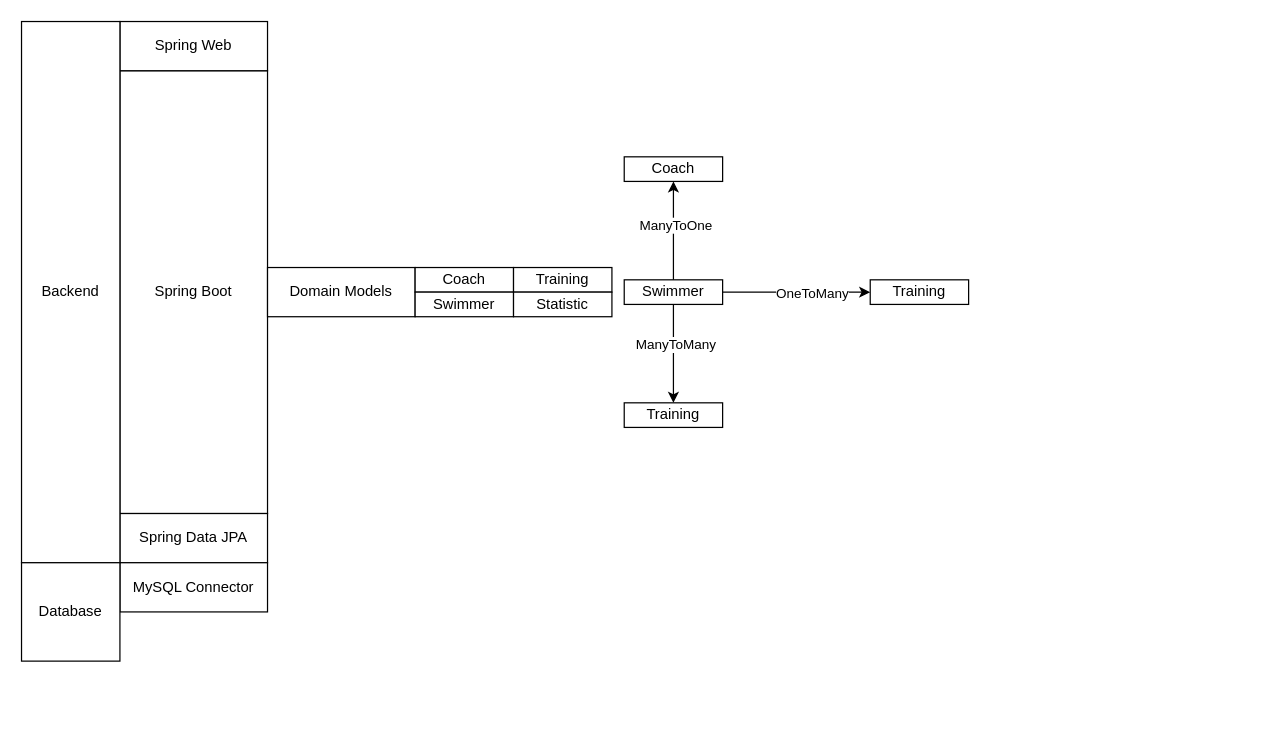
Earlier version of the draw.io diagram page "Backend" (1 of 3) of spring-boot-and-angular-project.drawio (Kur0liszek/nauka). Source tidied: cells renumbered, new cells numbered last; positions are measured from the earlier drawing's top-left corner, leaving out a move shared by most shapes. Both pictures are drawn from the tidied source at 123%, with x=0, y=0 at pixel (21, 21).
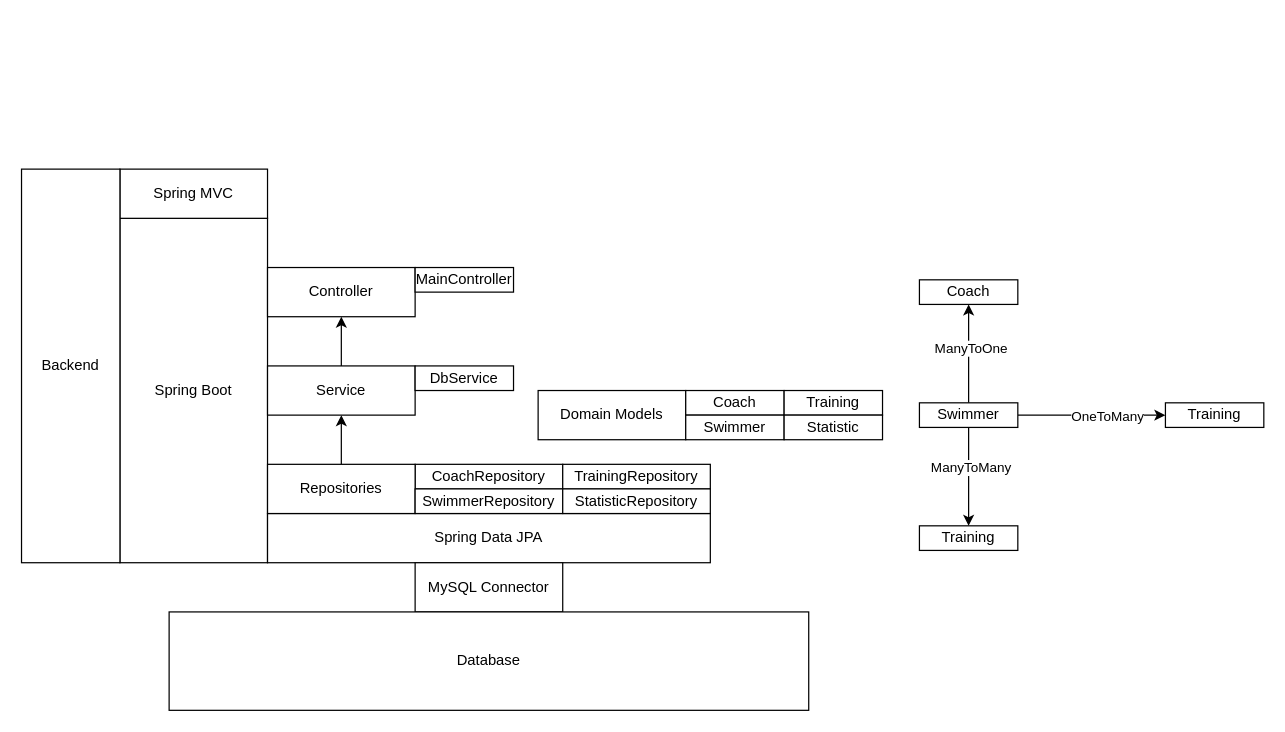
The same page after the edit.

What changed in the source:
```diff
@@
     <mxCell id="2" value="Spring Boot" style="whiteSpace=wrap;html=1;" parent="1" vertex="1">
-      <mxGeometry x="80" y="40" width="120" height="360" as="geometry" />
+      <mxGeometry x="80" y="160" width="120" height="280" as="geometry" />
     </mxCell>
     <mxCell id="3" value="Spring Data JPA" style="whiteSpace=wrap;html=1;" parent="1" vertex="1">
-      <mxGeometry x="80" y="400" width="120" height="40" as="geometry" />
+      <mxGeometry x="200" y="400" width="360" height="40" as="geometry" />
     </mxCell>
-    <mxCell id="4" value="Spring Web" style="whiteSpace=wrap;html=1;" parent="1" vertex="1">
-      <mxGeometry x="80" width="120" height="40" as="geometry" />
+    <mxCell id="4" value="Spring MVC" style="whiteSpace=wrap;html=1;" parent="1" vertex="1">
+      <mxGeometry x="80" y="120" width="120" height="40" as="geometry" />
     </mxCell>
     <mxCell id="5" value="MySQL Connector" style="whiteSpace=wrap;html=1;" parent="1" vertex="1">
-      <mxGeometry x="80" y="440" width="120" height="40" as="geometry" />
+      <mxGeometry x="320" y="440" width="120" height="40" as="geometry" />
     </mxCell>
     <mxCell id="6" value="Backend" style="whiteSpace=wrap;html=1;" parent="1" vertex="1">
-      <mxGeometry width="80" height="440" as="geometry" />
+      <mxGeometry y="120" width="80" height="320" as="geometry" />
     </mxCell>
     <mxCell id="7" value="Domain Models" style="whiteSpace=wrap;html=1;" parent="1" vertex="1">
-      <mxGeometry x="200" y="200" width="120" height="40" as="geometry" />
+      <mxGeometry x="420" y="300" width="120" height="40" as="geometry" />
     </mxCell>
     <mxCell id="8" value="Coach" style="whiteSpace=wrap;html=1;" parent="1" vertex="1">
-      <mxGeometry x="320" y="200" width="80" height="20" as="geometry" />
+      <mxGeometry x="540" y="300" width="80" height="20" as="geometry" />
     </mxCell>
     <mxCell id="9" value="Swimmer" style="whiteSpace=wrap;html=1;" parent="1" vertex="1">
-      <mxGeometry x="320" y="220" width="80" height="20" as="geometry" />
+      <mxGeometry x="540" y="320" width="80" height="20" as="geometry" />
     </mxCell>
     <mxCell id="10" value="Training" style="whiteSpace=wrap;html=1;" parent="1" vertex="1">
-      <mxGeometry x="400" y="200" width="80" height="20" as="geometry" />
+      <mxGeometry x="620" y="300" width="80" height="20" as="geometry" />
     </mxCell>
     <mxCell id="11" value="Training" style="whiteSpace=wrap;html=1;" parent="1" vertex="1">
-      <mxGeometry x="490" y="310" width="80" height="20" as="geometry" />
+      <mxGeometry x="730" y="410" width="80" height="20" as="geometry" />
     </mxCell>
@@
     <mxCell id="18" value="Swimmer" style="whiteSpace=wrap;html=1;" parent="1" vertex="1">
-      <mxGeometry x="490" y="210" width="80" height="20" as="geometry" />
+      <mxGeometry x="730" y="310" width="80" height="20" as="geometry" />
     </mxCell>
     <mxCell id="19" value="Training" style="whiteSpace=wrap;html=1;" parent="1" vertex="1">
-      <mxGeometry x="690" y="210" width="80" height="20" as="geometry" />
+      <mxGeometry x="930" y="310" width="80" height="20" as="geometry" />
     </mxCell>
     <mxCell id="20" value="Statistic" style="whiteSpace=wrap;html=1;" parent="1" vertex="1">
-      <mxGeometry x="400" y="220" width="80" height="20" as="geometry" />
+      <mxGeometry x="620" y="320" width="80" height="20" as="geometry" />
     </mxCell>
     <mxCell id="21" value="Database" style="whiteSpace=wrap;html=1;align=center;verticalAlign=middle;" parent="1" vertex="1">
-      <mxGeometry y="440" width="80" height="80" as="geometry" />
+      <mxGeometry x="120" y="480" width="520" height="80" as="geometry" />
     </mxCell>
     <mxCell id="22" value="Coach" style="whiteSpace=wrap;html=1;" parent="1" vertex="1">
-      <mxGeometry x="490" y="110" width="80" height="20" as="geometry" />
+      <mxGeometry x="730" y="210" width="80" height="20" as="geometry" />
     </mxCell>
+    <mxCell id="23" value="CoachRepository" style="whiteSpace=wrap;html=1;" parent="1" vertex="1">
+      <mxGeometry x="320" y="360" width="120" height="20" as="geometry" />
+    </mxCell>
+    <mxCell id="24" style="edgeStyle=orthogonalEdgeStyle;rounded=0;jettySize=auto;html=1;" parent="1" edge="1" source="25" target="30">
+      <mxGeometry relative="1" as="geometry" />
+    </mxCell>
+    <mxCell id="25" value="Repositories" style="whiteSpace=wrap;html=1;" parent="1" vertex="1">
+      <mxGeometry x="200" y="360" width="120" height="40" as="geometry" />
+    </mxCell>
+    <mxCell id="26" value="SwimmerRepository" style="whiteSpace=wrap;html=1;" parent="1" vertex="1">
+      <mxGeometry x="320" y="380" width="120" height="20" as="geometry" />
+    </mxCell>
+    <mxCell id="27" value="TrainingRepository" style="whiteSpace=wrap;html=1;" parent="1" vertex="1">
+      <mxGeometry x="440" y="360" width="120" height="20" as="geometry" />
+    </mxCell>
+    <mxCell id="28" value="StatisticRepository" style="whiteSpace=wrap;html=1;" parent="1" vertex="1">
+      <mxGeometry x="440" y="380" width="120" height="20" as="geometry" />
+    </mxCell>
+    <mxCell id="29" style="edgeStyle=orthogonalEdgeStyle;rounded=0;jettySize=auto;html=1;" parent="1" edge="1" source="30" target="31">
+      <mxGeometry relative="1" as="geometry" />
+    </mxCell>
+    <mxCell id="30" value="Service" style="whiteSpace=wrap;html=1;" parent="1" vertex="1">
+      <mxGeometry x="200" y="280" width="120" height="40" as="geometry" />
+    </mxCell>
+    <mxCell id="31" value="Controller" style="whiteSpace=wrap;html=1;" parent="1" vertex="1">
+      <mxGeometry x="200" y="200" width="120" height="40" as="geometry" />
+    </mxCell>
+    <mxCell id="32" value="MainController" style="whiteSpace=wrap;html=1;" parent="1" vertex="1">
+      <mxGeometry x="320" y="200" width="80" height="20" as="geometry" />
+    </mxCell>
+    <mxCell id="33" value="DbService" style="whiteSpace=wrap;html=1;" parent="1" vertex="1">
+      <mxGeometry x="320" y="280" width="80" height="20" as="geometry" />
+    </mxCell>
```
